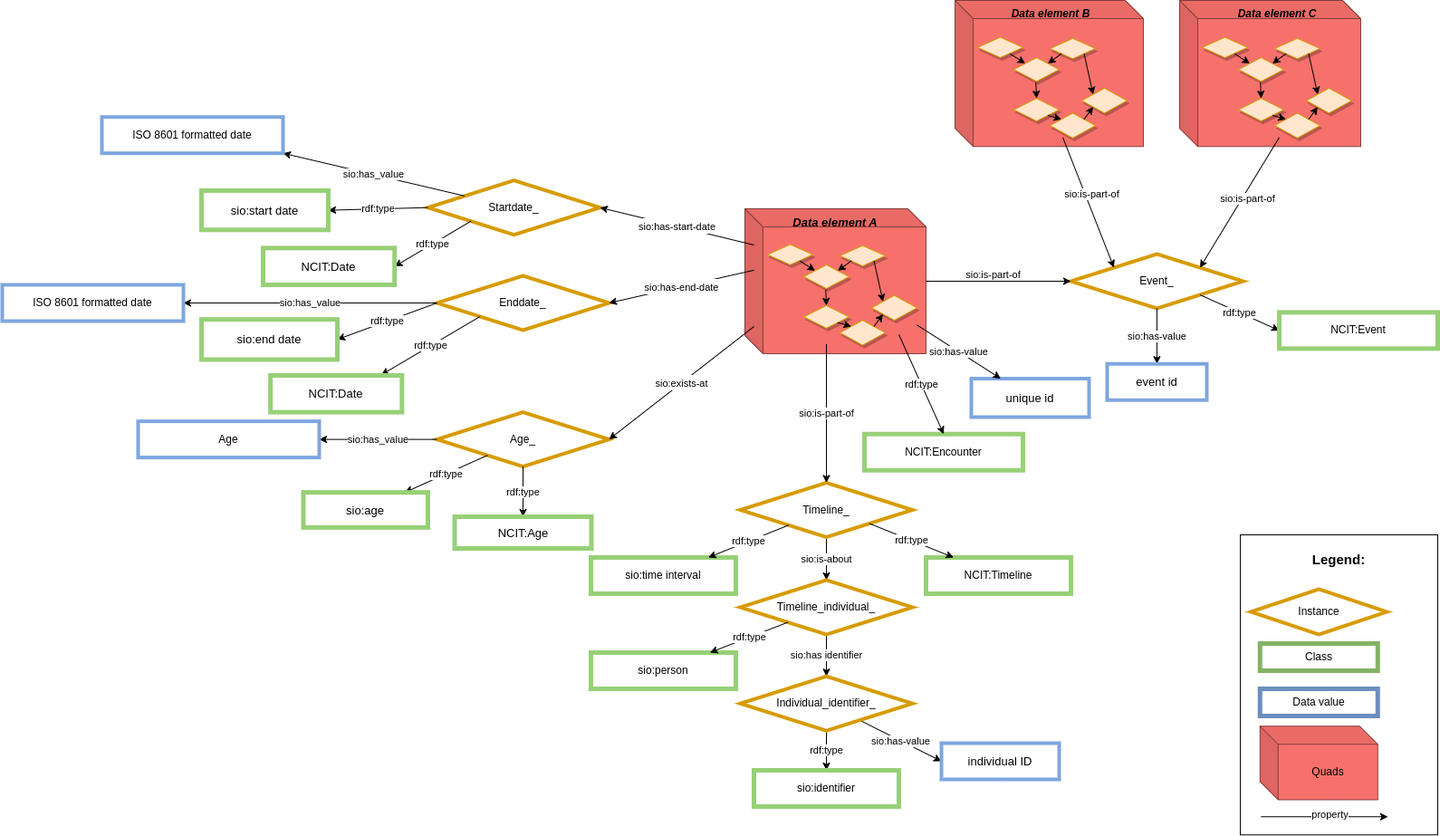
CARE-SM/CARE-Semantic-Model keeps this draw.io diagram as images/CARE-SM-Context.png. Above is the earlier version. Source tidied: cells renumbered, new cells last; positions are measured from the earlier drawing's top-left corner, leaving out a move shared by most shapes.
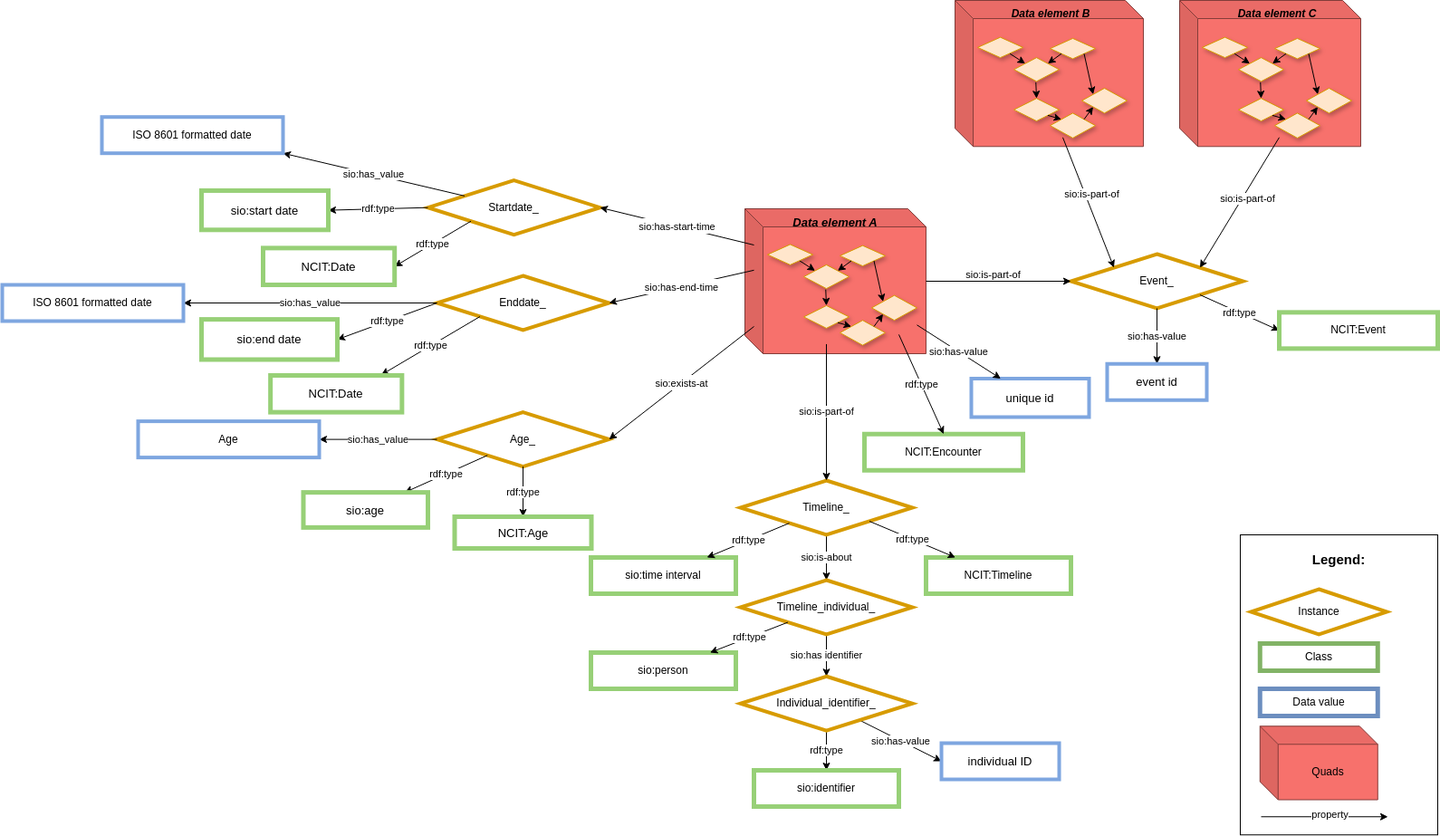
The same diagram one commit later.

Diff of the diagram source:
```diff
@@ -6,7 +6,7 @@
       <mxGeometry relative="1" as="geometry" />
     </mxCell>
     <mxCell id="3" value="Timeline_" style="rhombus;whiteSpace=wrap;html=1;fillColor=#FFFFFF;strokeColor=#D79B00;strokeWidth=4;" parent="1" vertex="1">
-      <mxGeometry x="815" y="532.5" width="190" height="60" as="geometry" />
+      <mxGeometry x="815" y="530" width="190" height="60" as="geometry" />
     </mxCell>
     <mxCell id="4" value="sio:has identifier" style="rounded=0;jettySize=auto;html=1;entryX=0.5;entryY=0;entryDx=0;entryDy=0;" parent="1" edge="1" source="5" target="8">
       <mxGeometry relative="1" as="geometry" />
@@ -285,10 +285,10 @@
     <mxCell id="93" value="&lt;font size=&quot;2&quot;&gt;NCIT:Date&lt;/font&gt;" style="whiteSpace=wrap;html=1;fillColor=#FFFFFF;strokeColor=#97D077;strokeWidth=5;" parent="1" vertex="1">
       <mxGeometry x="288" y="273.4" width="145.2" height="40.6" as="geometry" />
     </mxCell>
-    <mxCell id="94" value="&lt;font style=&quot;font-size: 11px;&quot;&gt;sio:has-start-date&lt;/font&gt;" style="rounded=0;jettySize=auto;html=1;fontSize=14;endSize=6;jumpSize=5;entryX=1;entryY=0.5;entryDx=0;entryDy=0;exitX=0.05;exitY=0.25;exitDx=0;exitDy=0;exitPerimeter=0;" parent="1" edge="1" source="28" target="80">
+    <mxCell id="94" value="&lt;font style=&quot;font-size: 11px;&quot;&gt;sio:has-start-time&lt;/font&gt;" style="rounded=0;jettySize=auto;html=1;fontSize=14;endSize=6;jumpSize=5;entryX=1;entryY=0.5;entryDx=0;entryDy=0;exitX=0.05;exitY=0.25;exitDx=0;exitDy=0;exitPerimeter=0;" parent="1" edge="1" source="28" target="80">
       <mxGeometry relative="1" as="geometry" />
     </mxCell>
-    <mxCell id="95" value="&lt;font style=&quot;font-size: 11px;&quot;&gt;sio:has-end-date&lt;/font&gt;" style="rounded=0;jettySize=auto;html=1;fontSize=14;entryX=1;entryY=0.5;entryDx=0;entryDy=0;exitX=0.05;exitY=0.424;exitDx=0;exitDy=0;exitPerimeter=0;" parent="1" edge="1" source="28" target="83">
+    <mxCell id="95" value="&lt;font style=&quot;font-size: 11px;&quot;&gt;sio:has-end-time&lt;/font&gt;" style="rounded=0;jettySize=auto;html=1;fontSize=14;entryX=1;entryY=0.5;entryDx=0;entryDy=0;exitX=0.05;exitY=0.424;exitDx=0;exitDy=0;exitPerimeter=0;" parent="1" edge="1" source="28" target="83">
       <mxGeometry relative="1" as="geometry" />
     </mxCell>
     <mxCell id="96" value="&lt;font style=&quot;font-size: 11px;&quot;&gt;sio:exists-at&lt;/font&gt;" style="rounded=0;jettySize=auto;html=1;fontSize=14;entryX=1;entryY=0.5;entryDx=0;entryDy=0;" parent="1" edge="1" target="20">
```
